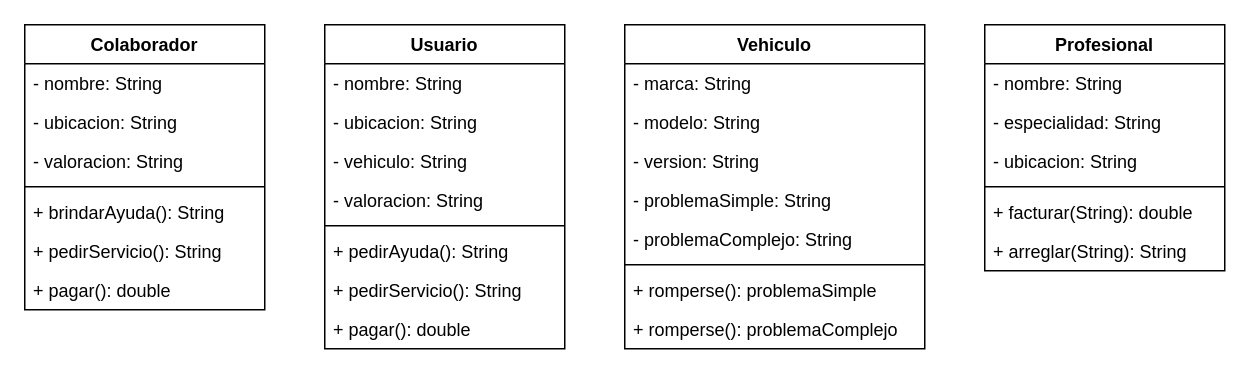
Above: Untitled Diagram.drawio in CarlosFerOrduna/Auxilio (draw.io), before the change. Source tidied: cells renumbered, new cells numbered last; positions are measured from the earlier drawing's top-left corner, leaving out a move shared by most shapes. Both pictures are drawn from the tidied source at 150%, with x=0, y=0 at pixel (24, 24).
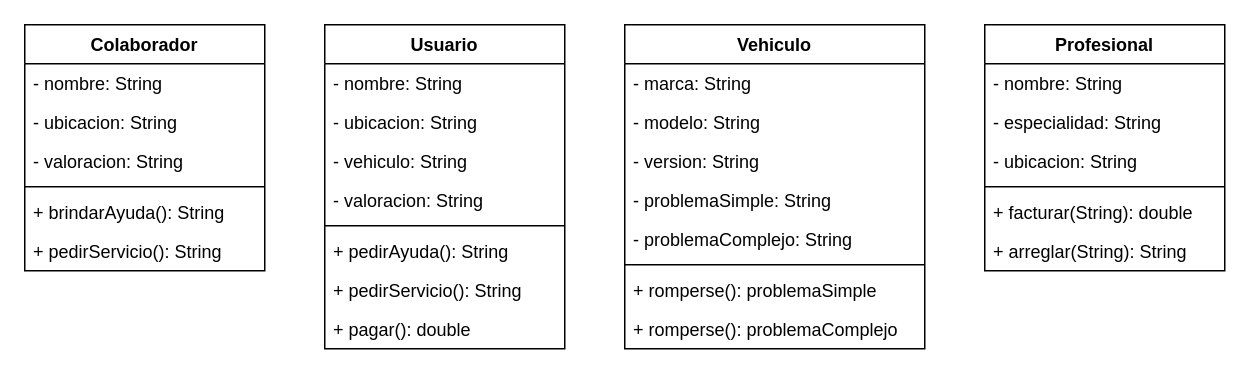
The same page after the edit.

Diff of the diagram source:
```diff
@@
     <mxCell id="27" value="Colaborador" style="swimlane;fontStyle=1;align=center;verticalAlign=top;horizontal=1;startSize=26;" parent="1" vertex="1">
-      <mxGeometry width="160" height="190" as="geometry" />
+      <mxGeometry width="160" height="164" as="geometry" />
     </mxCell>
@@
-    <mxCell id="34" value="+ pagar(): double&#10;" style="text;strokeColor=none;fillColor=none;align=left;verticalAlign=top;spacingLeft=4;spacingRight=4;overflow=hidden;" parent="27" vertex="1">
-      <mxGeometry y="164" width="160" height="26" as="geometry" />
-    </mxCell>
```
